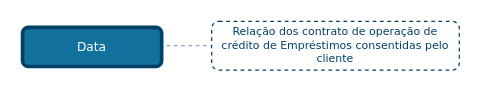
Before: draw_io_diagrams/loans/TLD_Loans_List.drawio in OpenBanking-Brasil/areadesenvolvedor, a draw.io diagram. Source tidied: cells renumbered, new cells numbered last; positions are measured from the earlier drawing's top-left corner, leaving out a move shared by most shapes. Both pictures are drawn from the tidied source at 122%, with x=0, y=0 at pixel (22, 21).
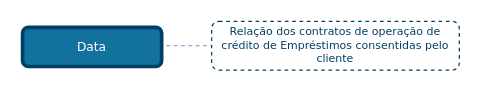
The same page after the edit.

The edit, as a diff of the source:
```diff
@@
 <mxGraphModel>
   <root>
     <mxCell id="0" />
     <mxCell id="1" parent="0" />
     <mxCell id="2" style="edgeStyle=none;rounded=1;jettySize=auto;html=1;entryX=0;entryY=0.5;entryDx=0;entryDy=0;dashed=1;endArrow=none;endFill=0;endSize=6;strokeColor=#6C8EBF;" parent="1" edge="1" target="3">
       <mxGeometry relative="1" as="geometry">
         <mxPoint x="118" y="20" as="sourcePoint" />
       </mxGeometry>
     </mxCell>
-    <mxCell id="3" value="&lt;font style=&quot;font-size: 9px&quot;&gt;Relação dos contrato de operação de crédito de Empréstimos consentidas pelo cliente&lt;/font&gt;" style="rounded=1;whiteSpace=wrap;html=1;shadow=0;comic=0;strokeColor=#003F66;strokeWidth=1;fillColor=#ffffff;fontFamily=Verdana;fontSize=9;fontColor=#003F66;dashed=1;spacingLeft=5;spacing=0;spacingRight=5;spacingBottom=5;spacingTop=5;align=center;verticalAlign=middle;gradientColor=#ffffff;" parent="1" vertex="1">
+    <mxCell id="3" value="&lt;font style=&quot;font-size: 9px&quot;&gt;Relação dos contratos de operação de crédito de Empréstimos consentidas pelo cliente&lt;/font&gt;" style="rounded=1;whiteSpace=wrap;html=1;shadow=0;comic=0;strokeColor=#003F66;strokeWidth=1;fillColor=#ffffff;fontFamily=Verdana;fontSize=9;fontColor=#003F66;dashed=1;spacingLeft=5;spacing=0;spacingRight=5;spacingBottom=5;spacingTop=5;align=center;verticalAlign=middle;gradientColor=#ffffff;" parent="1" vertex="1">
       <mxGeometry x="155" width="203" height="40" as="geometry" />
     </mxCell>
     <mxCell id="4" value="Data" style="rounded=1;whiteSpace=wrap;html=1;comic=0;shadow=0;backgroundOutline=0;fixDash=0;strokeWidth=3;fontFamily=Verdana;fontStyle=0;labelBackgroundColor=none;labelBorderColor=none;fontSize=10;fillColor=#13719E;strokeColor=#003F66;fontColor=#ffffff;" parent="1" vertex="1">
       <mxGeometry y="5" width="114" height="32" as="geometry" />
     </mxCell>
   </root>
 </mxGraphModel>
```
